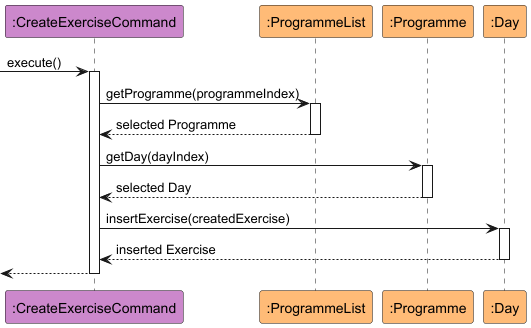
This is docs/images/addExerciseCommand.png from nus-cs2113-AY2425S1/tp, a PlantUML export, as it was before one commit.
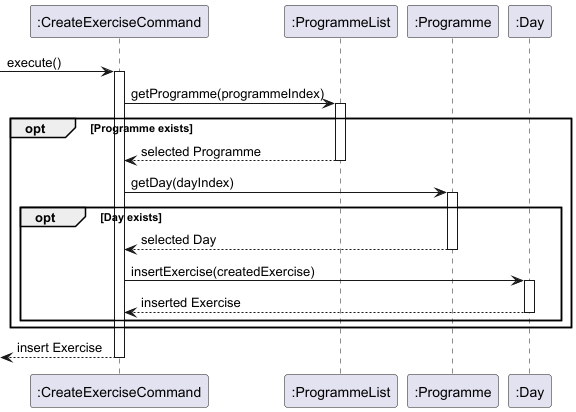
After the commit.

What changed in the source:
```diff
@@ -1,29 +1,33 @@
 @startuml
-participant ":CreateExerciseCommand" as AddExerciseCommand #cc88cc
-participant ":ProgrammeList" as ProgrammeList #ffbb77
-participant ":Programme" as Programme #ffbb77
-participant ":Day" as Day #ffbb77
-
-
+participant ":CreateExerciseCommand" as AddExerciseCommand
+participant ":ProgrammeList" as ProgrammeList
+participant ":Programme" as Programme
+participant ":Day" as Day
 
 -> AddExerciseCommand : execute()
 activate AddExerciseCommand
+
 AddExerciseCommand -> ProgrammeList : getProgramme(programmeIndex)
 activate ProgrammeList
-ProgrammeList --> AddExerciseCommand : selected Programme
-deactivate ProgrammeList
 
-AddExerciseCommand -> Programme : getDay(dayIndex)
-activate Programme
-Programme --> AddExerciseCommand : selected Day
-deactivate Programme
+opt Programme exists
+    ProgrammeList --> AddExerciseCommand : selected Programme
+    deactivate ProgrammeList
 
-AddExerciseCommand -> Day: insertExercise(createdExercise)
-activate Day
-Day --> AddExerciseCommand: inserted Exercise
-deactivate Day
+    AddExerciseCommand -> Programme : getDay(dayIndex)
+    activate Programme
 
+    opt Day exists
+        Programme --> AddExerciseCommand : selected Day
+        deactivate Programme
 
-<-- AddExerciseCommand
+        AddExerciseCommand -> Day: insertExercise(createdExercise)
+        activate Day
+        Day --> AddExerciseCommand: inserted Exercise
+        deactivate Day
+    end
+end
+
+<-- AddExerciseCommand  : insert Exercise
 deactivate AddExerciseCommand
 @enduml
```
